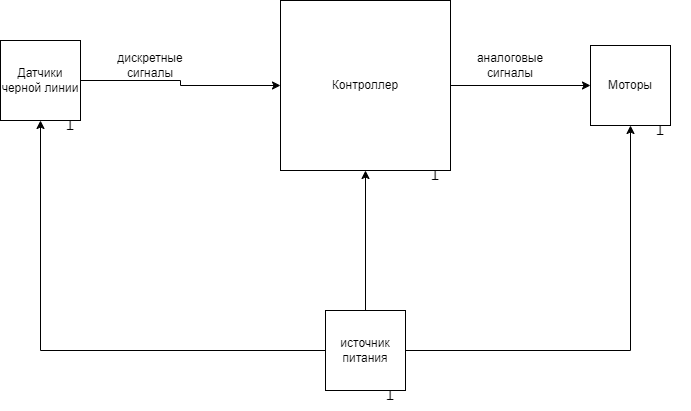
Before: AcariTech struct.drawio.png, a diagram exported from draw.io (ksinph/PSTU_LABS_2023). Source tidied: cells renumbered, new cells last; positions are measured from the earlier drawing's top-left corner, leaving out a move shared by most shapes. Source of this version:
```xml
<mxGraphModel>
  <root>
    <mxCell id="0" />
    <mxCell id="1" parent="0" />
    <mxCell id="2" style="edgeStyle=orthogonalEdgeStyle;rounded=0;jettySize=auto;html=1;exitX=1;exitY=0.5;exitDx=0;exitDy=0;" parent="1" edge="1" source="3" target="13">
      <mxGeometry relative="1" as="geometry" />
    </mxCell>
    <mxCell id="3" value="Контроллер" style="whiteSpace=wrap;html=1;" parent="1" vertex="1">
      <mxGeometry x="280" width="170" height="170" as="geometry" />
    </mxCell>
    <mxCell id="4" style="edgeStyle=orthogonalEdgeStyle;rounded=0;jettySize=auto;html=1;exitX=0.5;exitY=0;exitDx=0;exitDy=0;entryX=0.5;entryY=1;entryDx=0;entryDy=0;" parent="1" edge="1" source="7" target="3">
      <mxGeometry relative="1" as="geometry" />
    </mxCell>
    <mxCell id="5" style="edgeStyle=orthogonalEdgeStyle;rounded=0;jettySize=auto;html=1;exitX=0;exitY=0.5;exitDx=0;exitDy=0;entryX=0.5;entryY=1;entryDx=0;entryDy=0;" parent="1" edge="1" source="7" target="9">
      <mxGeometry relative="1" as="geometry" />
    </mxCell>
    <mxCell id="6" style="edgeStyle=orthogonalEdgeStyle;rounded=0;jettySize=auto;html=1;exitX=1;exitY=0.5;exitDx=0;exitDy=0;entryX=0.5;entryY=1;entryDx=0;entryDy=0;" parent="1" edge="1" source="7" target="13">
      <mxGeometry relative="1" as="geometry" />
    </mxCell>
    <mxCell id="7" value="источник питания" style="whiteSpace=wrap;html=1;" parent="1" vertex="1">
      <mxGeometry x="325" y="310" width="80" height="80" as="geometry" />
    </mxCell>
    <mxCell id="8" style="edgeStyle=orthogonalEdgeStyle;rounded=0;jettySize=auto;html=1;exitX=1;exitY=0.5;exitDx=0;exitDy=0;" parent="1" edge="1" source="9" target="3">
      <mxGeometry relative="1" as="geometry" />
    </mxCell>
    <mxCell id="9" value="Датчики черной линии" style="whiteSpace=wrap;html=1;" parent="1" vertex="1">
      <mxGeometry y="40" width="80" height="80" as="geometry" />
    </mxCell>
    <mxCell id="10" value="T" style="text;html=1;align=center;verticalAlign=middle;whiteSpace=wrap;rounded=0;rotation=-180;" parent="1" vertex="1">
      <mxGeometry x="40" y="110" width="60" height="30" as="geometry" />
    </mxCell>
    <mxCell id="11" value="T" style="text;html=1;align=center;verticalAlign=middle;whiteSpace=wrap;rounded=0;rotation=-180;" parent="1" vertex="1">
      <mxGeometry x="405" y="160" width="60" height="30" as="geometry" />
    </mxCell>
    <mxCell id="12" value="T" style="text;html=1;align=center;verticalAlign=middle;whiteSpace=wrap;rounded=0;rotation=-180;" parent="1" vertex="1">
      <mxGeometry x="360" y="380" width="60" height="30" as="geometry" />
    </mxCell>
    <mxCell id="13" value="Моторы" style="whiteSpace=wrap;html=1;" parent="1" vertex="1">
      <mxGeometry x="590" y="45" width="80" height="80" as="geometry" />
    </mxCell>
    <mxCell id="14" value="аналоговые сигналы" style="text;html=1;align=center;verticalAlign=middle;whiteSpace=wrap;rounded=0;" parent="1" vertex="1">
      <mxGeometry x="480" y="50" width="60" height="30" as="geometry" />
    </mxCell>
    <mxCell id="15" value="T" style="text;html=1;align=center;verticalAlign=middle;whiteSpace=wrap;rounded=0;rotation=-180;" parent="1" vertex="1">
      <mxGeometry x="630" y="115" width="60" height="30" as="geometry" />
    </mxCell>
    <mxCell id="16" value="дискретные сигналы" style="text;html=1;align=center;verticalAlign=middle;whiteSpace=wrap;rounded=0;" parent="1" vertex="1">
      <mxGeometry x="120" y="50" width="60" height="30" as="geometry" />
    </mxCell>
  </root>
</mxGraphModel>
```
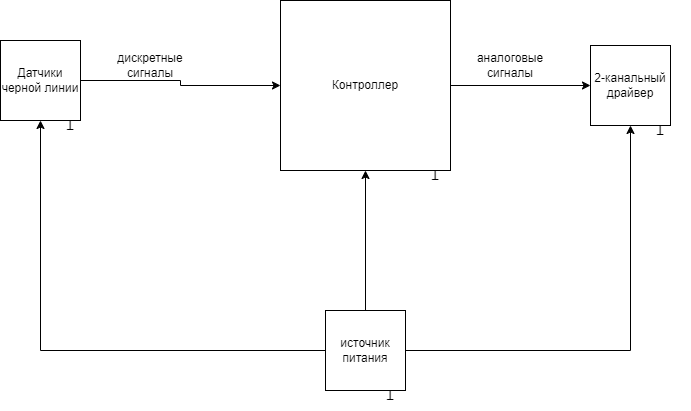
The same diagram one commit later.

Change to the diagram source:
```diff
@@ -35,7 +35,7 @@
     <mxCell id="12" value="T" style="text;html=1;align=center;verticalAlign=middle;whiteSpace=wrap;rounded=0;rotation=-180;" parent="1" vertex="1">
       <mxGeometry x="360" y="380" width="60" height="30" as="geometry" />
     </mxCell>
-    <mxCell id="13" value="Моторы" style="whiteSpace=wrap;html=1;" parent="1" vertex="1">
+    <mxCell id="13" value="2-канальный драйвер" style="whiteSpace=wrap;html=1;" parent="1" vertex="1">
       <mxGeometry x="590" y="45" width="80" height="80" as="geometry" />
     </mxCell>
     <mxCell id="14" value="аналоговые сигналы" style="text;html=1;align=center;verticalAlign=middle;whiteSpace=wrap;rounded=0;" parent="1" vertex="1">
```
